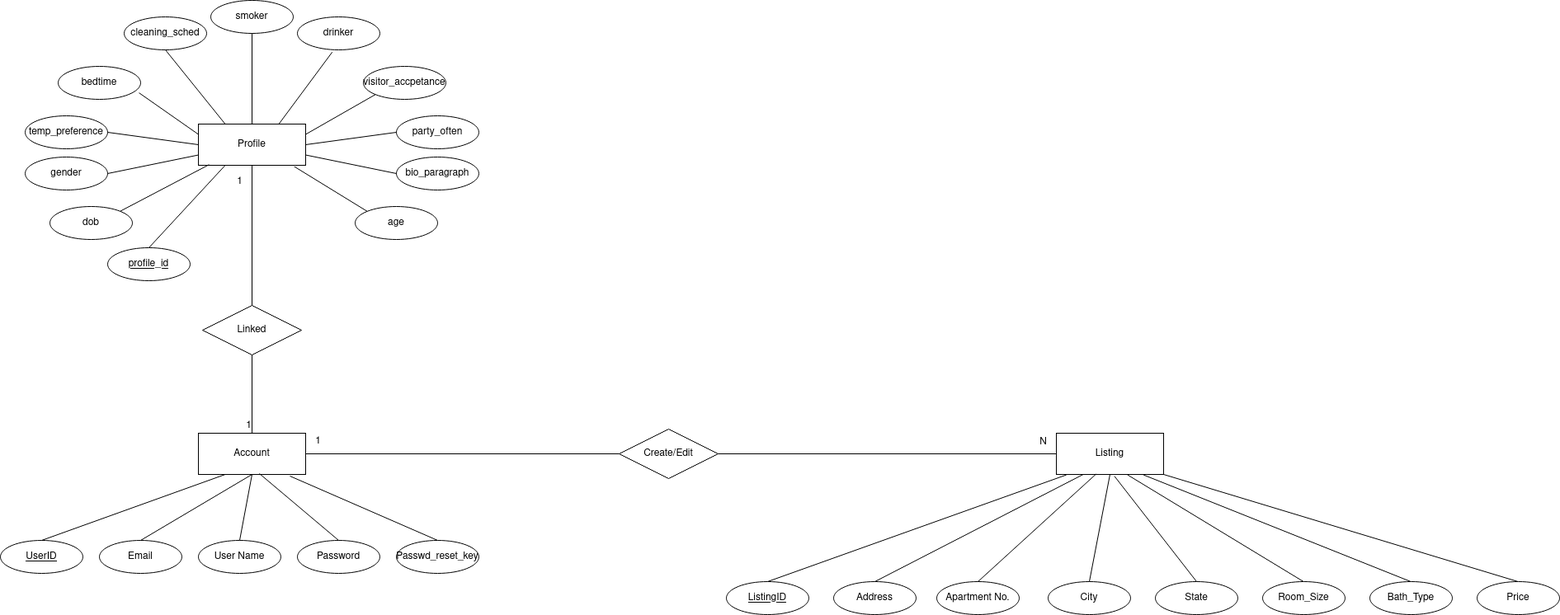
The draw.io diagram docs/database/database_ERD.png in JackValladares/ApartmentApplication, before a commit. Source tidied: cells renumbered, new cells last; positions are measured from the earlier drawing's top-left corner, leaving out a move shared by most shapes.
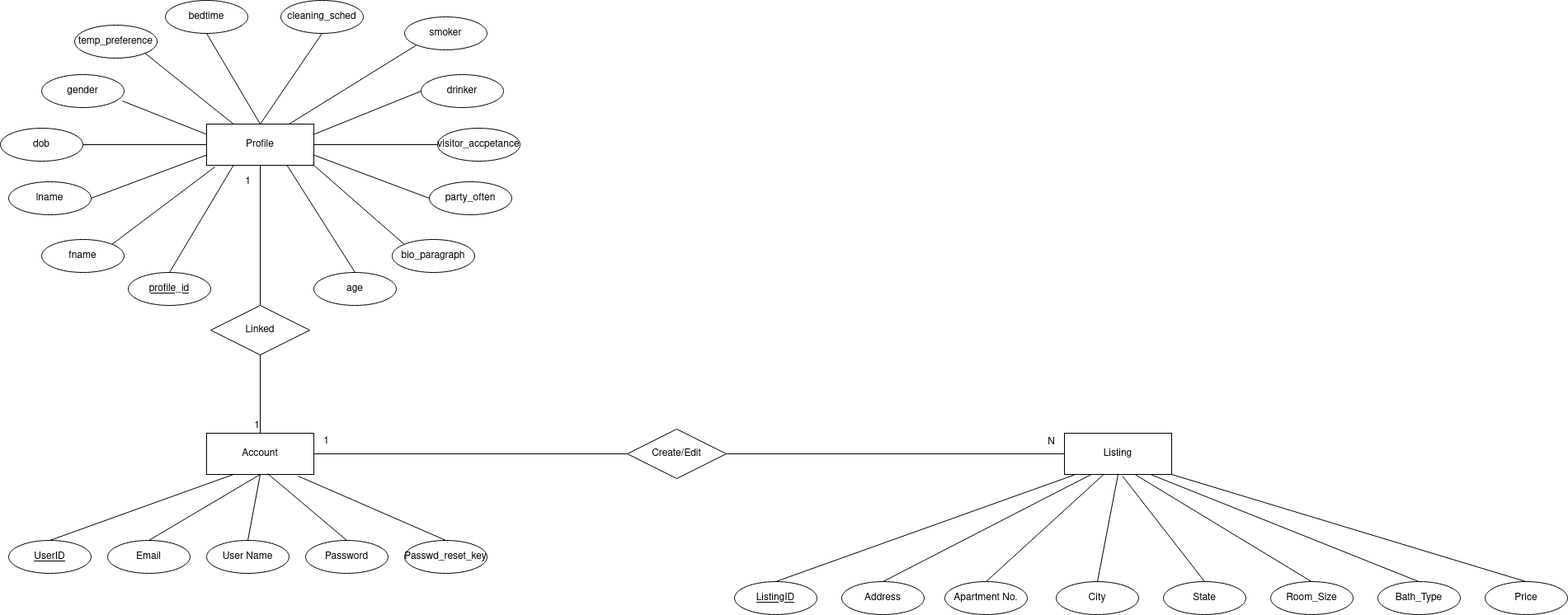
The same file after the commit.

What changed in the source:
```diff
@@ -116,79 +116,79 @@
     <mxCell id="35" value="Profile" style="whiteSpace=wrap;html=1;align=center;" parent="1" vertex="1">
       <mxGeometry x="240" y="150" width="130" height="50" as="geometry" />
     </mxCell>
-    <mxCell id="36" style="endArrow=none;html=1;exitX=1;exitY=0;exitDx=0;exitDy=0;entryX=0.099;entryY=0.985;entryDx=0;entryDy=0;entryPerimeter=0;" parent="1" edge="1" target="35">
-      <mxGeometry relative="1" as="geometry">
-        <mxPoint x="145.1" y="255.8" as="sourcePoint" />
-      </mxGeometry>
+    <mxCell id="36" style="endArrow=none;html=1;exitX=1;exitY=0.5;exitDx=0;exitDy=0;entryX=0;entryY=0.5;entryDx=0;entryDy=0;" parent="1" edge="1" source="58" target="35">
+      <mxGeometry relative="1" as="geometry" />
     </mxCell>
     <mxCell id="37" value="gender" style="ellipse;whiteSpace=wrap;html=1;align=center;" parent="1" vertex="1">
-      <mxGeometry x="30" y="190" width="100" height="40" as="geometry" />
+      <mxGeometry x="40" y="90" width="100" height="40" as="geometry" />
     </mxCell>
-    <mxCell id="38" style="endArrow=none;html=1;exitX=1;exitY=0.5;exitDx=0;exitDy=0;entryX=0;entryY=0.75;entryDx=0;entryDy=0;" parent="1" edge="1" source="37" target="35">
+    <mxCell id="38" style="endArrow=none;html=1;exitX=0.98;exitY=0.8;exitDx=0;exitDy=0;entryX=0;entryY=0.25;entryDx=0;entryDy=0;exitPerimeter=0;" parent="1" edge="1" source="37" target="35">
       <mxGeometry relative="1" as="geometry" />
     </mxCell>
     <mxCell id="39" value="temp_preference" style="ellipse;whiteSpace=wrap;html=1;align=center;" parent="1" vertex="1">
-      <mxGeometry x="30" y="140" width="100" height="40" as="geometry" />
+      <mxGeometry x="80" y="30" width="100" height="40" as="geometry" />
     </mxCell>
     <mxCell id="40" value="bedtime" style="ellipse;whiteSpace=wrap;html=1;align=center;" parent="1" vertex="1">
-      <mxGeometry x="70" y="80" width="100" height="40" as="geometry" />
+      <mxGeometry x="190" width="100" height="40" as="geometry" />
     </mxCell>
     <mxCell id="41" value="cleaning_sched" style="ellipse;whiteSpace=wrap;html=1;align=center;" parent="1" vertex="1">
-      <mxGeometry x="150" y="20" width="100" height="40" as="geometry" />
+      <mxGeometry x="330" width="100" height="40" as="geometry" />
     </mxCell>
     <mxCell id="42" value="smoker" style="ellipse;whiteSpace=wrap;html=1;align=center;" parent="1" vertex="1">
-      <mxGeometry x="255" width="100" height="40" as="geometry" />
+      <mxGeometry x="480" y="20" width="100" height="40" as="geometry" />
     </mxCell>
     <mxCell id="43" value="visitor_accpetance" style="ellipse;whiteSpace=wrap;html=1;align=center;" parent="1" vertex="1">
-      <mxGeometry x="440" y="80" width="100" height="40" as="geometry" />
+      <mxGeometry x="520" y="155" width="100" height="40" as="geometry" />
     </mxCell>
     <mxCell id="44" value="party_often" style="ellipse;whiteSpace=wrap;html=1;align=center;" parent="1" vertex="1">
-      <mxGeometry x="480" y="140" width="100" height="40" as="geometry" />
+      <mxGeometry x="510" y="220" width="100" height="40" as="geometry" />
     </mxCell>
     <mxCell id="45" value="bio_paragraph" style="ellipse;whiteSpace=wrap;html=1;align=center;" parent="1" vertex="1">
-      <mxGeometry x="480" y="190" width="100" height="40" as="geometry" />
+      <mxGeometry x="465" y="290" width="100" height="40" as="geometry" />
     </mxCell>
     <mxCell id="46" value="age" style="ellipse;whiteSpace=wrap;html=1;align=center;" parent="1" vertex="1">
-      <mxGeometry x="430" y="250" width="100" height="40" as="geometry" />
+      <mxGeometry x="370" y="330" width="100" height="40" as="geometry" />
     </mxCell>
     <mxCell id="47" value="drinker" style="ellipse;whiteSpace=wrap;html=1;align=center;" parent="1" vertex="1">
-      <mxGeometry x="360" y="20" width="100" height="40" as="geometry" />
+      <mxGeometry x="500" y="90" width="100" height="40" as="geometry" />
     </mxCell>
-    <mxCell id="48" style="endArrow=none;html=1;exitX=1;exitY=0.5;exitDx=0;exitDy=0;entryX=0;entryY=0.5;entryDx=0;entryDy=0;" parent="1" edge="1" source="39" target="35">
+    <mxCell id="48" style="endArrow=none;html=1;exitX=1;exitY=1;exitDx=0;exitDy=0;entryX=0.25;entryY=0;entryDx=0;entryDy=0;" parent="1" edge="1" source="39" target="35">
       <mxGeometry relative="1" as="geometry" />
     </mxCell>
-    <mxCell id="49" style="endArrow=none;html=1;exitX=0.981;exitY=0.804;exitDx=0;exitDy=0;entryX=0;entryY=0.25;entryDx=0;entryDy=0;exitPerimeter=0;" parent="1" edge="1" source="40" target="35">
+    <mxCell id="49" style="endArrow=none;html=1;exitX=0.5;exitY=1;exitDx=0;exitDy=0;entryX=0.5;entryY=0;entryDx=0;entryDy=0;" parent="1" edge="1" source="40" target="35">
       <mxGeometry relative="1" as="geometry" />
     </mxCell>
-    <mxCell id="50" style="endArrow=none;html=1;exitX=0.5;exitY=1;exitDx=0;exitDy=0;entryX=0.25;entryY=0;entryDx=0;entryDy=0;" parent="1" edge="1" source="41" target="35">
+    <mxCell id="50" style="endArrow=none;html=1;exitX=0.5;exitY=1;exitDx=0;exitDy=0;entryX=0.5;entryY=0;entryDx=0;entryDy=0;" parent="1" edge="1" source="41" target="35">
       <mxGeometry relative="1" as="geometry" />
     </mxCell>
-    <mxCell id="51" style="endArrow=none;html=1;entryX=0.5;entryY=1;entryDx=0;entryDy=0;exitX=0.5;exitY=0;exitDx=0;exitDy=0;" parent="1" edge="1" source="35" target="42">
-      <mxGeometry relative="1" as="geometry" />
+    <mxCell id="51" style="endArrow=none;html=1;entryX=0;entryY=1;entryDx=0;entryDy=0;" parent="1" edge="1" target="42">
+      <mxGeometry relative="1" as="geometry">
+        <mxPoint x="340" y="150" as="sourcePoint" />
+      </mxGeometry>
     </mxCell>
-    <mxCell id="52" style="endArrow=none;html=1;entryX=0.422;entryY=1.069;entryDx=0;entryDy=0;entryPerimeter=0;exitX=0.75;exitY=0;exitDx=0;exitDy=0;" parent="1" edge="1" source="35" target="47">
+    <mxCell id="52" style="endArrow=none;html=1;entryX=0;entryY=0.5;entryDx=0;entryDy=0;exitX=1;exitY=0.25;exitDx=0;exitDy=0;" parent="1" edge="1" source="35" target="47">
       <mxGeometry relative="1" as="geometry" />
     </mxCell>
-    <mxCell id="53" style="endArrow=none;html=1;entryX=0;entryY=1;entryDx=0;entryDy=0;exitX=1;exitY=0.25;exitDx=0;exitDy=0;" parent="1" edge="1" source="35" target="43">
+    <mxCell id="53" style="endArrow=none;html=1;entryX=0;entryY=0.5;entryDx=0;entryDy=0;exitX=1;exitY=0.5;exitDx=0;exitDy=0;" parent="1" edge="1" source="35" target="43">
       <mxGeometry relative="1" as="geometry" />
     </mxCell>
-    <mxCell id="54" style="endArrow=none;html=1;entryX=0;entryY=0.5;entryDx=0;entryDy=0;exitX=1;exitY=0.5;exitDx=0;exitDy=0;" parent="1" edge="1" source="35" target="44">
+    <mxCell id="54" style="endArrow=none;html=1;entryX=0;entryY=0.5;entryDx=0;entryDy=0;exitX=1;exitY=0.75;exitDx=0;exitDy=0;" parent="1" edge="1" source="35" target="44">
       <mxGeometry relative="1" as="geometry" />
     </mxCell>
-    <mxCell id="55" style="endArrow=none;html=1;entryX=0;entryY=0.5;entryDx=0;entryDy=0;exitX=1;exitY=0.75;exitDx=0;exitDy=0;" parent="1" edge="1" source="35" target="45">
+    <mxCell id="55" style="endArrow=none;html=1;entryX=0;entryY=0;entryDx=0;entryDy=0;exitX=1;exitY=1;exitDx=0;exitDy=0;" parent="1" edge="1" source="35" target="45">
       <mxGeometry relative="1" as="geometry" />
     </mxCell>
-    <mxCell id="56" style="endArrow=none;html=1;entryX=0;entryY=0;entryDx=0;entryDy=0;exitX=0.895;exitY=1.032;exitDx=0;exitDy=0;exitPerimeter=0;" parent="1" edge="1" source="35" target="46">
+    <mxCell id="56" style="endArrow=none;html=1;entryX=0.5;entryY=0;entryDx=0;entryDy=0;exitX=0.75;exitY=1;exitDx=0;exitDy=0;" parent="1" edge="1" source="35" target="46">
       <mxGeometry relative="1" as="geometry" />
     </mxCell>
     <mxCell id="57" style="endArrow=none;html=1;entryX=0.25;entryY=1;entryDx=0;entryDy=0;exitX=0.5;exitY=0;exitDx=0;exitDy=0;" parent="1" edge="1" source="59" target="35">
       <mxGeometry relative="1" as="geometry" />
     </mxCell>
     <mxCell id="58" value="dob" style="ellipse;whiteSpace=wrap;html=1;align=center;" parent="1" vertex="1">
-      <mxGeometry x="60" y="250" width="100" height="40" as="geometry" />
+      <mxGeometry x="-10" y="155" width="100" height="40" as="geometry" />
     </mxCell>
     <mxCell id="59" value="&lt;div&gt;profile_id&lt;/div&gt;" style="ellipse;whiteSpace=wrap;html=1;align=center;fontStyle=4;" parent="1" vertex="1">
-      <mxGeometry x="130" y="300" width="100" height="40" as="geometry" />
+      <mxGeometry x="145" y="330" width="100" height="40" as="geometry" />
     </mxCell>
     <mxCell id="60" value="1" style="text;html=1;align=center;verticalAlign=middle;fillColor=none;strokeColor=none;rounded=0;" parent="1" vertex="1">
       <mxGeometry x="280" y="210" width="20" height="20" as="geometry" />
@@ -205,5 +205,17 @@
     <mxCell id="64" value="1" style="html=1;align=right;verticalAlign=bottom;" parent="63" vertex="1">
       <mxGeometry x="1" relative="1" as="geometry" />
     </mxCell>
+    <mxCell id="65" value="&lt;div&gt;fname&lt;/div&gt;" style="ellipse;whiteSpace=wrap;html=1;align=center;" parent="1" vertex="1">
+      <mxGeometry x="40" y="290" width="100" height="40" as="geometry" />
+    </mxCell>
+    <mxCell id="66" value="lname" style="ellipse;whiteSpace=wrap;html=1;align=center;" parent="1" vertex="1">
+      <mxGeometry y="220" width="100" height="40" as="geometry" />
+    </mxCell>
+    <mxCell id="67" style="endArrow=none;html=1;exitX=1;exitY=0.5;exitDx=0;exitDy=0;entryX=0;entryY=0.75;entryDx=0;entryDy=0;" parent="1" edge="1" source="66" target="35">
+      <mxGeometry relative="1" as="geometry" />
+    </mxCell>
+    <mxCell id="68" style="endArrow=none;html=1;exitX=1;exitY=0;exitDx=0;exitDy=0;entryX=0.077;entryY=1.04;entryDx=0;entryDy=0;entryPerimeter=0;" parent="1" edge="1" source="65" target="35">
+      <mxGeometry relative="1" as="geometry" />
+    </mxCell>
   </root>
 </mxGraphModel>
```
